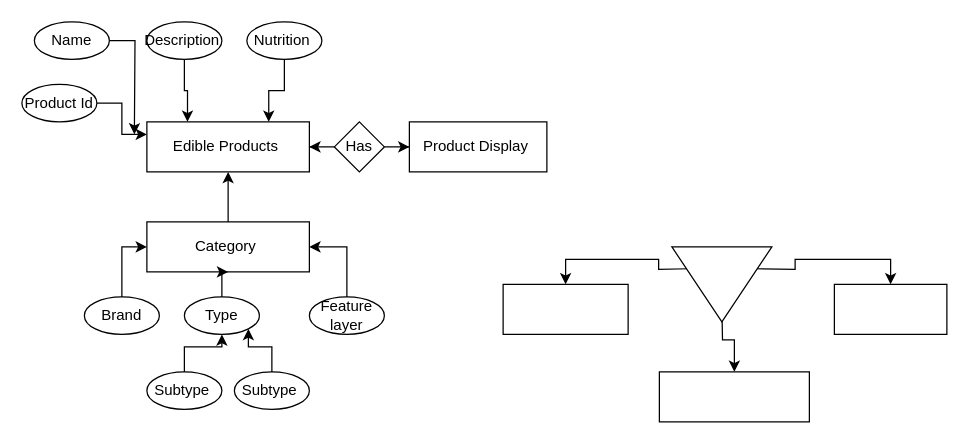
This is Backend.drawio from JamesHellerAnish/Blog, a draw.io file, before an edit. Source tidied: cells renumbered, new cells numbered last; positions are measured from the earlier drawing's top-left corner, leaving out a move shared by most shapes. Both pictures are drawn from the tidied source at 125%, with x=0, y=0 at pixel (21, 21).
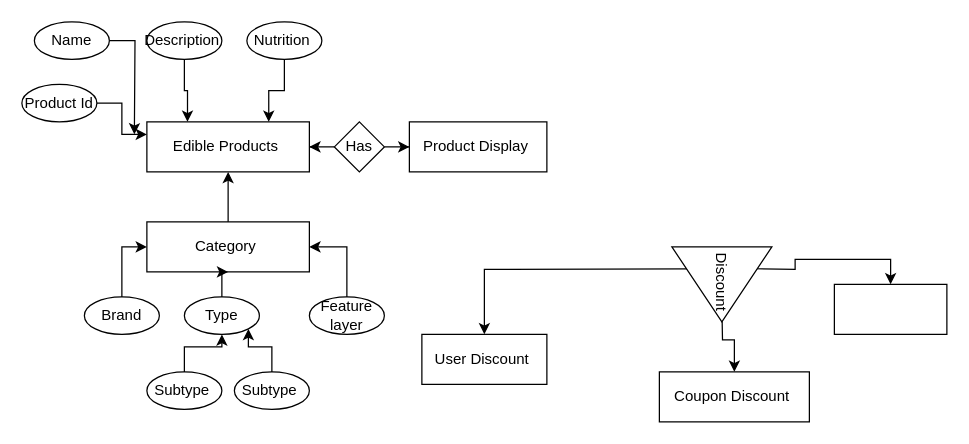
The same page after the edit.

What changed in the source:
```diff
@@
-    <mxCell id="30" style="whiteSpace=wrap;html=1;" parent="1" vertex="1">
-      <mxGeometry x="385" y="210" width="100" height="40" as="geometry" />
+    <mxCell id="30" value="User Discount&amp;nbsp;" style="whiteSpace=wrap;html=1;" parent="1" vertex="1">
+      <mxGeometry x="320" y="250" width="100" height="40" as="geometry" />
     </mxCell>
-    <mxCell id="31" style="whiteSpace=wrap;html=1;" parent="1" vertex="1">
+    <mxCell id="31" value="Coupon Discount&amp;nbsp;" style="whiteSpace=wrap;html=1;" parent="1" vertex="1">
       <mxGeometry x="510" y="280" width="120" height="40" as="geometry" />
     </mxCell>
@@
-    <mxCell id="33" style="triangle;whiteSpace=wrap;html=1;fontColor=none;rotation=90;" parent="1" vertex="1">
+    <mxCell id="33" value="Discount&amp;nbsp;" style="triangle;whiteSpace=wrap;html=1;fontColor=none;rotation=90;" parent="1" vertex="1">
       <mxGeometry x="530" y="170" width="60" height="80" as="geometry" />
     </mxCell>
```
